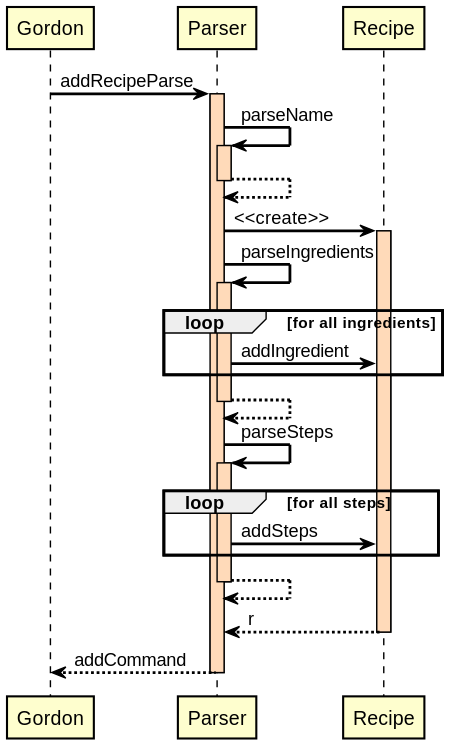
Earlier version of the PlantUML export docs/RenderedUML/AddSequence.svg (nus-cs2113-AY2122S1/tp). Its diagram source:
```plantuml
@startuml
!include Style.puml
skinparam sequence {
ParticipantBorderColor black
LifeLineBorderColor black
LifeLineBackgroundColor peachpuff
}

skinparam sequenceArrowColor black

Gordon -> Parser: addRecipeParse
activate Parser

Parser -> Parser: parseName
activate Parser

Parser --> Parser
deactivate Parser

Parser -> Recipe: <<create>>
activate Recipe

Parser -> Parser: parseIngredients
activate Parser

loop for all ingredients
Parser -> Recipe: addIngredient
end

Parser --> Parser
deactivate Parser

Parser -> Parser: parseSteps
activate Parser

loop for all steps
Parser -> Recipe: addSteps
end

Parser --> Parser
deactivate Parser

Recipe --> Parser: r
deactivate Recipe

Parser --> Gordon: addCommand
deactivate Parser

@enduml
```
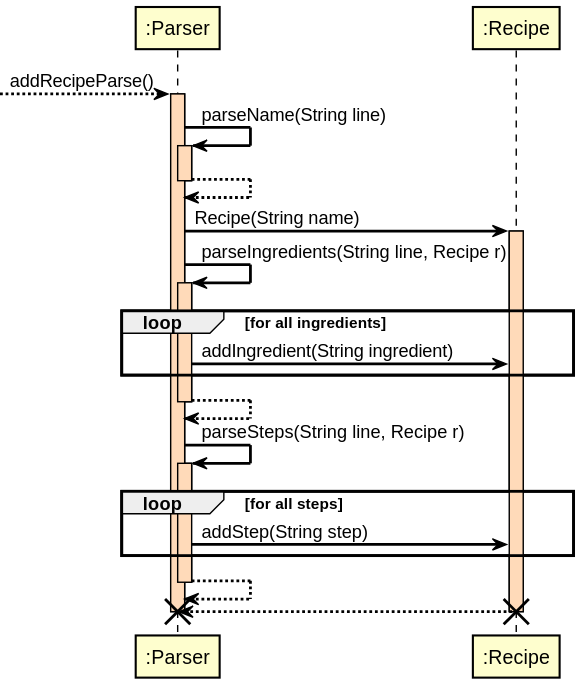
Later version of the same file.

Diff of the diagram source:
```diff
@@ -8,42 +8,43 @@
 
 skinparam sequenceArrowColor black
 
-Gordon -> Parser: addRecipeParse
-activate Parser
+--> ":Parser": addRecipeParse()
+activate ":Parser"
 
-Parser -> Parser: parseName
-activate Parser
+":Parser" -> ":Parser": parseName(String line)
+activate ":Parser"
 
-Parser --> Parser
-deactivate Parser
+":Parser" --> ":Parser"
+deactivate ":Parser"
 
-Parser -> Recipe: <<create>>
-activate Recipe
+":Parser" -> ":Recipe": Recipe(String name)
+activate ":Recipe"
 
-Parser -> Parser: parseIngredients
-activate Parser
+":Parser" -> ":Parser": parseIngredients(String line, Recipe r)
+activate ":Parser"
 
 loop for all ingredients
-Parser -> Recipe: addIngredient
+":Parser" -> ":Recipe": addIngredient(String ingredient)
 end
 
-Parser --> Parser
-deactivate Parser
+":Parser" --> ":Parser"
+deactivate ":Parser"
 
-Parser -> Parser: parseSteps
-activate Parser
+
+":Parser" -> ":Parser": parseSteps(String line, Recipe r)
+activate ":Parser"
 
 loop for all steps
-Parser -> Recipe: addSteps
+":Parser" -> ":Recipe": addStep(String step)
+
 end
 
-Parser --> Parser
-deactivate Parser
+":Parser" --> ":Parser"
+deactivate ":Parser"
 
-Recipe --> Parser: r
-deactivate Recipe
+":Recipe" --> ":Parser":
+destroy ":Recipe"
 
-Parser --> Gordon: addCommand
-deactivate Parser
+destroy ":Parser"
 
 @enduml
```
